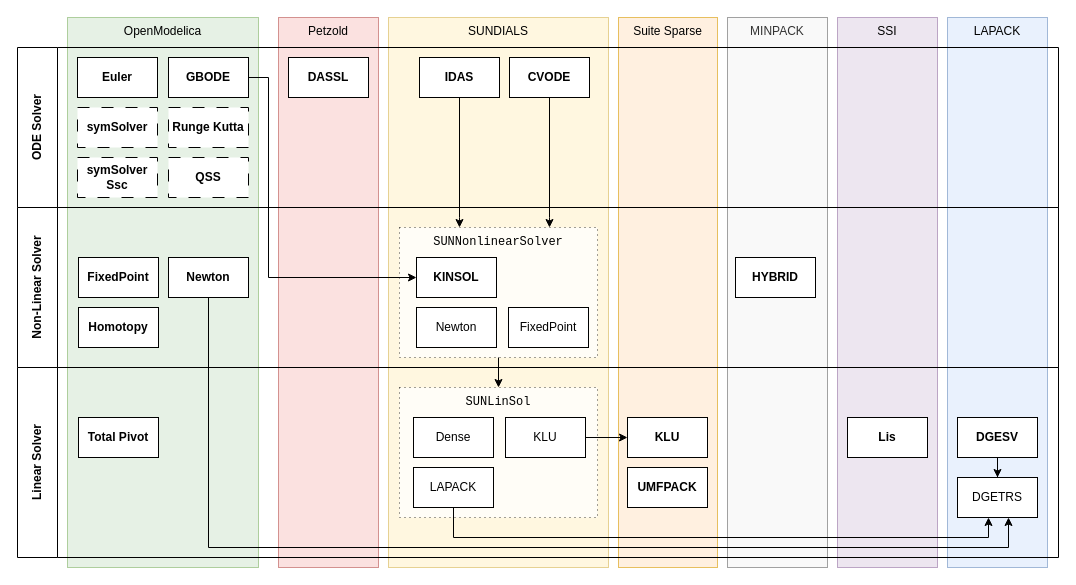
Before: doc/SimulationRuntime/c/img/drawio/Solver_Overview_C.drawio in OpenModelica/OpenModelica, a draw.io diagram. Source tidied: cells renumbered, new cells numbered last; positions are measured from the earlier drawing's top-left corner, leaving out a move shared by most shapes. Both pictures are drawn from the tidied source at 100%, with x=0, y=0 at pixel (17, 17).
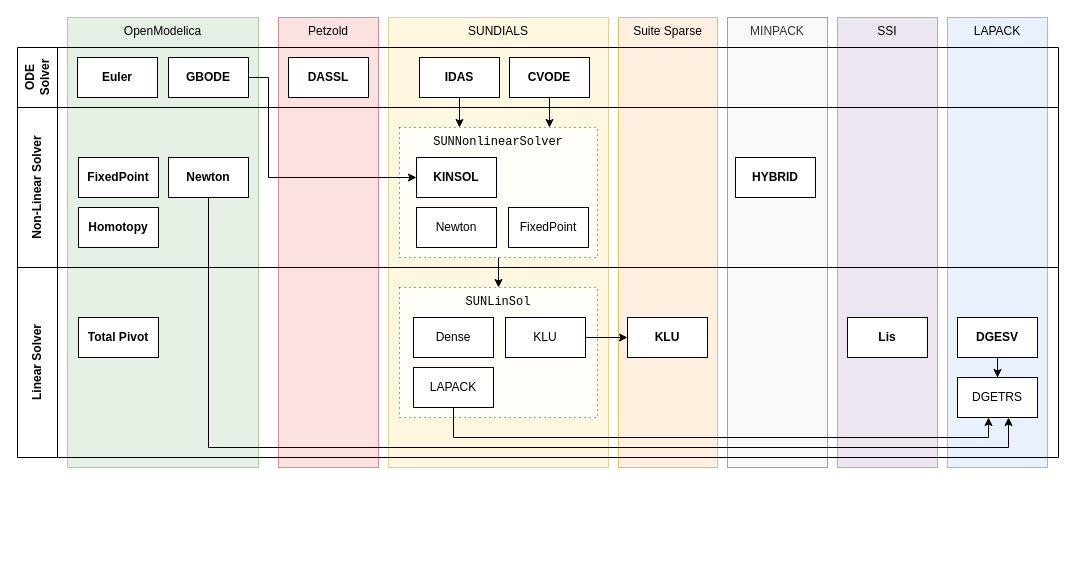
After the change.

The change refers to these unchanged cells:
```xml
<mxCell id="12" value="GBODE" style="rounded=0;whiteSpace=wrap;html=1;fontStyle=1;" parent="9" vertex="1">
  <mxGeometry x="151" y="10" width="80" height="40" as="geometry" />
</mxCell>
<mxCell id="21" value="KINSOL" style="rounded=0;whiteSpace=wrap;html=1;fontStyle=1;" parent="19" vertex="1">
  <mxGeometry x="399" y="50" width="80" height="40" as="geometry" />
</mxCell>
<mxCell id="24" value="Newton" style="rounded=0;whiteSpace=wrap;html=1;fontStyle=1;" parent="19" vertex="1">
  <mxGeometry x="151" y="50" width="80" height="40" as="geometry" />
</mxCell>
<mxCell id="30" value="DGETRS" style="rounded=0;whiteSpace=wrap;html=1;" parent="28" vertex="1">
  <mxGeometry x="940" y="110" width="80" height="40" as="geometry" />
</mxCell>
```

What changed in the source:
```diff
@@
     <mxCell id="2" value="Petzold" style="rounded=0;whiteSpace=wrap;html=1;verticalAlign=top;fillColor=#f8cecc;strokeColor=#b85450;opacity=60;" parent="1" vertex="1">
-      <mxGeometry x="261" width="100" height="550" as="geometry" />
+      <mxGeometry x="261" width="100" height="450" as="geometry" />
     </mxCell>
     <mxCell id="3" value="MINPACK" style="rounded=0;whiteSpace=wrap;html=1;verticalAlign=top;fillColor=#f5f5f5;strokeColor=#666666;opacity=60;fontColor=#333333;" parent="1" vertex="1">
-      <mxGeometry x="710" width="100" height="550" as="geometry" />
+      <mxGeometry x="710" width="100" height="450" as="geometry" />
     </mxCell>
     <mxCell id="4" value="SSI" style="rounded=0;whiteSpace=wrap;html=1;verticalAlign=top;fillColor=#e1d5e7;strokeColor=#9673a6;opacity=60;" parent="1" vertex="1">
-      <mxGeometry x="820" width="100" height="550" as="geometry" />
+      <mxGeometry x="820" width="100" height="450" as="geometry" />
     </mxCell>
     <mxCell id="5" value="LAPACK" style="rounded=0;whiteSpace=wrap;html=1;verticalAlign=top;fillColor=#dae8fc;strokeColor=#6c8ebf;opacity=60;" parent="1" vertex="1">
-      <mxGeometry x="930" width="100" height="550" as="geometry" />
+      <mxGeometry x="930" width="100" height="450" as="geometry" />
     </mxCell>
     <mxCell id="6" value="Suite Sparse" style="rounded=0;whiteSpace=wrap;html=1;verticalAlign=top;fillColor=#ffe6cc;strokeColor=#d79b00;opacity=60;" parent="1" vertex="1">
-      <mxGeometry x="601" width="99" height="550" as="geometry" />
+      <mxGeometry x="601" width="99" height="450" as="geometry" />
     </mxCell>
     <mxCell id="7" value="OpenModelica" style="rounded=0;whiteSpace=wrap;html=1;verticalAlign=top;fillColor=#d5e8d4;strokeColor=#82b366;opacity=60;" parent="1" vertex="1">
-      <mxGeometry x="50" width="191" height="550" as="geometry" />
+      <mxGeometry x="50" width="191" height="450" as="geometry" />
     </mxCell>
     <mxCell id="8" value="SUNDIALS" style="rounded=0;whiteSpace=wrap;html=1;verticalAlign=top;fillColor=#fff2cc;strokeColor=#d6b656;opacity=60;" parent="1" vertex="1">
-      <mxGeometry x="371" width="220" height="550" as="geometry" />
+      <mxGeometry x="371" width="220" height="450" as="geometry" />
     </mxCell>
     <mxCell id="9" value="ODE Solver" style="swimlane;horizontal=0;whiteSpace=wrap;html=1;startSize=40;" parent="1" vertex="1">
-      <mxGeometry y="30" width="1041" height="160" as="geometry" />
+      <mxGeometry y="30" width="1041" height="60" as="geometry" />
     </mxCell>
@@
-    <mxCell id="14" value="Runge Kutta" style="rounded=0;whiteSpace=wrap;html=1;fontStyle=1;dashed=1;dashPattern=12 12;" parent="9" vertex="1">
-      <mxGeometry x="151" y="60" width="80" height="40" as="geometry" />
-    </mxCell>
-    <mxCell id="15" value="symSolver" style="rounded=0;whiteSpace=wrap;html=1;fontStyle=1;dashed=1;dashPattern=12 12;" parent="9" vertex="1">
-      <mxGeometry x="60" y="60" width="80" height="40" as="geometry" />
-    </mxCell>
-    <mxCell id="16" value="symSolver&lt;div&gt;Ssc&lt;/div&gt;" style="rounded=0;whiteSpace=wrap;html=1;fontStyle=1;dashed=1;dashPattern=12 12;" parent="9" vertex="1">
-      <mxGeometry x="60" y="110" width="80" height="40" as="geometry" />
-    </mxCell>
@@
-    <mxCell id="18" value="QSS" style="rounded=0;whiteSpace=wrap;html=1;fontStyle=1;dashed=1;dashPattern=12 12;" parent="9" vertex="1">
-      <mxGeometry x="151" y="110" width="80" height="40" as="geometry" />
-    </mxCell>
     <mxCell id="19" value="Non-Linear Solver" style="swimlane;horizontal=0;whiteSpace=wrap;html=1;startSize=40;" parent="1" vertex="1">
-      <mxGeometry y="190" width="1041" height="160" as="geometry" />
+      <mxGeometry y="90" width="1041" height="160" as="geometry" />
     </mxCell>
@@
     <mxCell id="28" value="Linear Solver" style="swimlane;horizontal=0;whiteSpace=wrap;html=1;startSize=40;" parent="1" vertex="1">
-      <mxGeometry y="350" width="1041" height="190" as="geometry" />
+      <mxGeometry y="250" width="1041" height="190" as="geometry" />
     </mxCell>
@@
-    <mxCell id="40" value="UMFPACK" style="rounded=0;whiteSpace=wrap;html=1;fontStyle=1;" parent="28" vertex="1">
-      <mxGeometry x="610" y="100" width="80" height="40" as="geometry" />
-    </mxCell>
@@
     <mxCell id="45" style="edgeStyle=orthogonalEdgeStyle;rounded=0;jettySize=auto;html=1;" parent="1" edge="1" source="12" target="21">
       <mxGeometry relative="1" as="geometry">
         <Array as="points">
           <mxPoint x="251" y="60" />
-          <mxPoint x="251" y="260" />
+          <mxPoint x="251" y="160" />
         </Array>
       </mxGeometry>
     </mxCell>
     <mxCell id="46" style="edgeStyle=orthogonalEdgeStyle;rounded=0;jettySize=auto;html=1;" parent="1" edge="1" source="24" target="30">
       <mxGeometry relative="1" as="geometry">
         <Array as="points">
-          <mxPoint x="191" y="530" />
-          <mxPoint x="991" y="530" />
+          <mxPoint x="191" y="430" />
+          <mxPoint x="991" y="430" />
         </Array>
       </mxGeometry>
     </mxCell>
```
